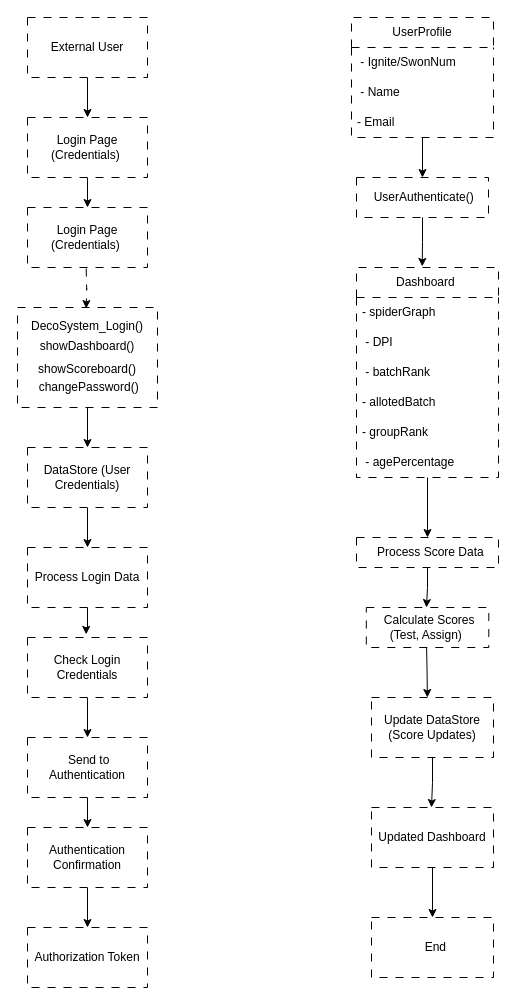
This is DFD_decosystem.drawio from vishal1428/agileAssignment, a draw.io file, before an edit. Source tidied: cells renumbered, new cells numbered last; positions are measured from the earlier drawing's top-left corner, leaving out a move shared by most shapes. Both pictures are drawn from the tidied source at 100%, with x=0, y=0 at pixel (17, 17).
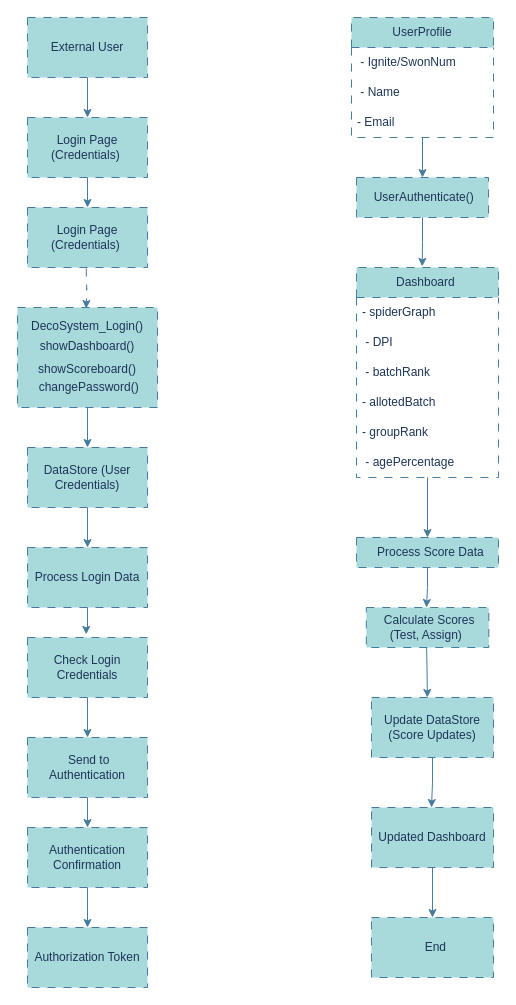
The same diagram, later.

What changed in the source:
```diff
@@
-    <mxCell id="2" style="edgeStyle=orthogonalEdgeStyle;rounded=0;jettySize=auto;html=1;entryX=0.5;entryY=0;entryDx=0;entryDy=0;" parent="1" edge="1" source="3" target="5">
+    <mxCell id="2" style="edgeStyle=orthogonalEdgeStyle;rounded=0;jettySize=auto;html=1;entryX=0.5;entryY=0;entryDx=0;entryDy=0;labelBackgroundColor=none;strokeColor=#457B9D;fontColor=default;" parent="1" edge="1" source="3" target="5">
       <mxGeometry relative="1" as="geometry" />
     </mxCell>
-    <mxCell id="3" value="External User" style="rounded=0;whiteSpace=wrap;html=1;dashed=1;dashPattern=8 8;" parent="1" vertex="1">
+    <mxCell id="3" value="External User" style="rounded=0;whiteSpace=wrap;html=1;dashed=1;dashPattern=8 8;labelBackgroundColor=none;fillColor=#A8DADC;strokeColor=#457B9D;fontColor=#1D3557;" parent="1" vertex="1">
       <mxGeometry x="10" width="120" height="60" as="geometry" />
     </mxCell>
-    <mxCell id="4" style="edgeStyle=orthogonalEdgeStyle;rounded=0;jettySize=auto;html=1;entryX=0.5;entryY=0;entryDx=0;entryDy=0;" parent="1" edge="1" source="5" target="6">
+    <mxCell id="4" style="edgeStyle=orthogonalEdgeStyle;rounded=0;jettySize=auto;html=1;entryX=0.5;entryY=0;entryDx=0;entryDy=0;labelBackgroundColor=none;strokeColor=#457B9D;fontColor=default;" parent="1" edge="1" source="5" target="6">
       <mxGeometry relative="1" as="geometry" />
     </mxCell>
-    <mxCell id="5" value="Login Page (Credentials)&amp;nbsp; " style="rounded=0;whiteSpace=wrap;html=1;dashed=1;dashPattern=8 8;" parent="1" vertex="1">
+    <mxCell id="5" value="Login Page (Credentials)&amp;nbsp; " style="rounded=0;whiteSpace=wrap;html=1;dashed=1;dashPattern=8 8;labelBackgroundColor=none;fillColor=#A8DADC;strokeColor=#457B9D;fontColor=#1D3557;" parent="1" vertex="1">
       <mxGeometry x="10" y="100" width="120" height="60" as="geometry" />
     </mxCell>
-    <mxCell id="6" value="Login Page (Credentials)&amp;nbsp; " style="rounded=0;whiteSpace=wrap;html=1;dashed=1;dashPattern=8 8;" parent="1" vertex="1">
+    <mxCell id="6" value="Login Page (Credentials)&amp;nbsp; " style="rounded=0;whiteSpace=wrap;html=1;dashed=1;dashPattern=8 8;labelBackgroundColor=none;fillColor=#A8DADC;strokeColor=#457B9D;fontColor=#1D3557;" parent="1" vertex="1">
       <mxGeometry x="10" y="190" width="120" height="60" as="geometry" />
     </mxCell>
-    <mxCell id="7" style="edgeStyle=orthogonalEdgeStyle;rounded=0;jettySize=auto;html=1;entryX=0.5;entryY=0;entryDx=0;entryDy=0;" parent="1" edge="1" source="8" target="10">
+    <mxCell id="7" style="edgeStyle=orthogonalEdgeStyle;rounded=0;jettySize=auto;html=1;entryX=0.5;entryY=0;entryDx=0;entryDy=0;labelBackgroundColor=none;strokeColor=#457B9D;fontColor=default;" parent="1" edge="1" source="8" target="10">
       <mxGeometry relative="1" as="geometry" />
     </mxCell>
-    <mxCell id="8" value="&lt;div&gt;DecoSystem_Login()&lt;/div&gt;&lt;div style=&quot;line-height: 210%;&quot;&gt;showDashboard()&lt;br&gt;&lt;/div&gt;&lt;div style=&quot;line-height: 180%;&quot;&gt;showScoreboard()&lt;/div&gt;&lt;div style=&quot;line-height: 130%;&quot;&gt;&amp;nbsp;changePassword()&lt;br&gt;&lt;/div&gt;" style="rounded=0;whiteSpace=wrap;html=1;dashed=1;dashPattern=8 8;" parent="1" vertex="1">
+    <mxCell id="8" value="&lt;div&gt;DecoSystem_Login()&lt;/div&gt;&lt;div style=&quot;line-height: 210%;&quot;&gt;showDashboard()&lt;br&gt;&lt;/div&gt;&lt;div style=&quot;line-height: 180%;&quot;&gt;showScoreboard()&lt;/div&gt;&lt;div style=&quot;line-height: 130%;&quot;&gt;&amp;nbsp;changePassword()&lt;br&gt;&lt;/div&gt;" style="rounded=0;whiteSpace=wrap;html=1;dashed=1;dashPattern=8 8;labelBackgroundColor=none;fillColor=#A8DADC;strokeColor=#457B9D;fontColor=#1D3557;" parent="1" vertex="1">
       <mxGeometry y="290" width="140" height="100" as="geometry" />
     </mxCell>
-    <mxCell id="9" style="edgeStyle=orthogonalEdgeStyle;rounded=0;jettySize=auto;html=1;entryX=0.5;entryY=0;entryDx=0;entryDy=0;" parent="1" edge="1" source="10" target="11">
+    <mxCell id="9" style="edgeStyle=orthogonalEdgeStyle;rounded=0;jettySize=auto;html=1;entryX=0.5;entryY=0;entryDx=0;entryDy=0;labelBackgroundColor=none;strokeColor=#457B9D;fontColor=default;" parent="1" edge="1" source="10" target="11">
       <mxGeometry relative="1" as="geometry" />
     </mxCell>
-    <mxCell id="10" value="DataStore (User Credentials)" style="rounded=0;whiteSpace=wrap;html=1;dashed=1;dashPattern=8 8;" parent="1" vertex="1">
+    <mxCell id="10" value="DataStore (User Credentials)" style="rounded=0;whiteSpace=wrap;html=1;dashed=1;dashPattern=8 8;labelBackgroundColor=none;fillColor=#A8DADC;strokeColor=#457B9D;fontColor=#1D3557;" parent="1" vertex="1">
       <mxGeometry x="10" y="430" width="120" height="60" as="geometry" />
     </mxCell>
-    <mxCell id="11" value="Process Login Data" style="rounded=0;whiteSpace=wrap;html=1;dashed=1;dashPattern=8 8;" parent="1" vertex="1">
+    <mxCell id="11" value="Process Login Data" style="rounded=0;whiteSpace=wrap;html=1;dashed=1;dashPattern=8 8;labelBackgroundColor=none;fillColor=#A8DADC;strokeColor=#457B9D;fontColor=#1D3557;" parent="1" vertex="1">
       <mxGeometry x="10" y="530" width="120" height="60" as="geometry" />
     </mxCell>
-    <mxCell id="12" style="edgeStyle=orthogonalEdgeStyle;rounded=0;jettySize=auto;html=1;entryX=0.5;entryY=0;entryDx=0;entryDy=0;" parent="1" edge="1" source="13" target="15">
+    <mxCell id="12" style="edgeStyle=orthogonalEdgeStyle;rounded=0;jettySize=auto;html=1;entryX=0.5;entryY=0;entryDx=0;entryDy=0;labelBackgroundColor=none;strokeColor=#457B9D;fontColor=default;" parent="1" edge="1" source="13" target="15">
       <mxGeometry relative="1" as="geometry" />
     </mxCell>
-    <mxCell id="13" value="Check Login Credentials " style="rounded=0;whiteSpace=wrap;html=1;dashed=1;dashPattern=8 8;" parent="1" vertex="1">
+    <mxCell id="13" value="Check Login Credentials " style="rounded=0;whiteSpace=wrap;html=1;dashed=1;dashPattern=8 8;labelBackgroundColor=none;fillColor=#A8DADC;strokeColor=#457B9D;fontColor=#1D3557;" parent="1" vertex="1">
       <mxGeometry x="10" y="620" width="120" height="60" as="geometry" />
     </mxCell>
-    <mxCell id="14" style="edgeStyle=orthogonalEdgeStyle;rounded=0;jettySize=auto;html=1;entryX=0.5;entryY=0;entryDx=0;entryDy=0;" parent="1" edge="1" source="15" target="17">
+    <mxCell id="14" style="edgeStyle=orthogonalEdgeStyle;rounded=0;jettySize=auto;html=1;entryX=0.5;entryY=0;entryDx=0;entryDy=0;labelBackgroundColor=none;strokeColor=#457B9D;fontColor=default;" parent="1" edge="1" source="15" target="17">
       <mxGeometry relative="1" as="geometry" />
     </mxCell>
-    <mxCell id="15" value="&amp;nbsp;Send to Authentication " style="rounded=0;whiteSpace=wrap;html=1;dashed=1;dashPattern=8 8;" parent="1" vertex="1">
+    <mxCell id="15" value="&amp;nbsp;Send to Authentication " style="rounded=0;whiteSpace=wrap;html=1;dashed=1;dashPattern=8 8;labelBackgroundColor=none;fillColor=#A8DADC;strokeColor=#457B9D;fontColor=#1D3557;" parent="1" vertex="1">
       <mxGeometry x="10" y="720" width="120" height="60" as="geometry" />
     </mxCell>
-    <mxCell id="16" style="edgeStyle=orthogonalEdgeStyle;rounded=0;jettySize=auto;html=1;entryX=0.5;entryY=0;entryDx=0;entryDy=0;" parent="1" edge="1" source="17" target="18">
+    <mxCell id="16" style="edgeStyle=orthogonalEdgeStyle;rounded=0;jettySize=auto;html=1;entryX=0.5;entryY=0;entryDx=0;entryDy=0;labelBackgroundColor=none;strokeColor=#457B9D;fontColor=default;" parent="1" edge="1" source="17" target="18">
       <mxGeometry relative="1" as="geometry" />
     </mxCell>
-    <mxCell id="17" value="Authentication Confirmation  " style="rounded=0;whiteSpace=wrap;html=1;dashed=1;dashPattern=8 8;" parent="1" vertex="1">
+    <mxCell id="17" value="Authentication Confirmation  " style="rounded=0;whiteSpace=wrap;html=1;dashed=1;dashPattern=8 8;labelBackgroundColor=none;fillColor=#A8DADC;strokeColor=#457B9D;fontColor=#1D3557;" parent="1" vertex="1">
       <mxGeometry x="10" y="810" width="120" height="60" as="geometry" />
     </mxCell>
-    <mxCell id="18" value="Authorization Token" style="rounded=0;whiteSpace=wrap;html=1;dashed=1;dashPattern=8 8;" parent="1" vertex="1">
+    <mxCell id="18" value="Authorization Token" style="rounded=0;whiteSpace=wrap;html=1;dashed=1;dashPattern=8 8;labelBackgroundColor=none;fillColor=#A8DADC;strokeColor=#457B9D;fontColor=#1D3557;" parent="1" vertex="1">
       <mxGeometry x="10" y="910" width="120" height="60" as="geometry" />
     </mxCell>
-    <mxCell id="19" style="edgeStyle=orthogonalEdgeStyle;rounded=0;jettySize=auto;html=1;entryX=0.5;entryY=0;entryDx=0;entryDy=0;" parent="1" edge="1" source="20" target="24">
+    <mxCell id="19" style="edgeStyle=orthogonalEdgeStyle;rounded=0;jettySize=auto;html=1;entryX=0.5;entryY=0;entryDx=0;entryDy=0;labelBackgroundColor=none;strokeColor=#457B9D;fontColor=default;" parent="1" edge="1" source="20" target="24">
       <mxGeometry relative="1" as="geometry" />
     </mxCell>
-    <mxCell id="20" value="UserProfile " style="swimlane;fontStyle=0;horizontal=1;startSize=30;whiteSpace=wrap;html=1;dashed=1;dashPattern=8 8;" parent="1" vertex="1">
+    <mxCell id="20" value="UserProfile " style="swimlane;fontStyle=0;horizontal=1;startSize=30;whiteSpace=wrap;html=1;dashed=1;dashPattern=8 8;labelBackgroundColor=none;fillColor=#A8DADC;strokeColor=#457B9D;fontColor=#1D3557;" parent="1" vertex="1">
       <mxGeometry x="334" width="142" height="120" as="geometry" />
     </mxCell>
-    <mxCell id="21" value="&amp;nbsp;- Ignite/SwonNum " style="text;strokeColor=none;fillColor=none;align=left;verticalAlign=middle;spacingLeft=4;spacingRight=4;overflow=hidden;whiteSpace=wrap;html=1;" parent="20" vertex="1">
+    <mxCell id="21" value="&amp;nbsp;- Ignite/SwonNum " style="text;strokeColor=none;fillColor=none;align=left;verticalAlign=middle;spacingLeft=4;spacingRight=4;overflow=hidden;whiteSpace=wrap;html=1;labelBackgroundColor=none;fontColor=#1D3557;" parent="20" vertex="1">
       <mxGeometry y="30" width="142" height="30" as="geometry" />
     </mxCell>
-    <mxCell id="22" value="&amp;nbsp;- Name&amp;nbsp; " style="text;strokeColor=none;fillColor=none;align=left;verticalAlign=middle;spacingLeft=4;spacingRight=4;overflow=hidden;whiteSpace=wrap;html=1;" parent="20" vertex="1">
+    <mxCell id="22" value="&amp;nbsp;- Name&amp;nbsp; " style="text;strokeColor=none;fillColor=none;align=left;verticalAlign=middle;spacingLeft=4;spacingRight=4;overflow=hidden;whiteSpace=wrap;html=1;labelBackgroundColor=none;fontColor=#1D3557;" parent="20" vertex="1">
       <mxGeometry y="60" width="142" height="30" as="geometry" />
     </mxCell>
-    <mxCell id="23" value="- Email&amp;nbsp; " style="text;strokeColor=none;fillColor=none;align=left;verticalAlign=middle;spacingLeft=4;spacingRight=4;overflow=hidden;whiteSpace=wrap;html=1;" parent="20" vertex="1">
+    <mxCell id="23" value="- Email&amp;nbsp; " style="text;strokeColor=none;fillColor=none;align=left;verticalAlign=middle;spacingLeft=4;spacingRight=4;overflow=hidden;whiteSpace=wrap;html=1;labelBackgroundColor=none;fontColor=#1D3557;" parent="20" vertex="1">
       <mxGeometry y="90" width="142" height="30" as="geometry" />
     </mxCell>
-    <mxCell id="24" value="&amp;nbsp;UserAuthenticate()" style="rounded=0;whiteSpace=wrap;html=1;dashed=1;dashPattern=8 8;" parent="1" vertex="1">
+    <mxCell id="24" value="&amp;nbsp;UserAuthenticate()" style="rounded=0;whiteSpace=wrap;html=1;dashed=1;dashPattern=8 8;labelBackgroundColor=none;fillColor=#A8DADC;strokeColor=#457B9D;fontColor=#1D3557;" parent="1" vertex="1">
       <mxGeometry x="339" y="160" width="132" height="40" as="geometry" />
     </mxCell>
-    <mxCell id="25" style="edgeStyle=orthogonalEdgeStyle;rounded=0;jettySize=auto;html=1;entryX=0.5;entryY=0;entryDx=0;entryDy=0;" parent="1" edge="1" source="26" target="34">
+    <mxCell id="25" style="edgeStyle=orthogonalEdgeStyle;rounded=0;jettySize=auto;html=1;entryX=0.5;entryY=0;entryDx=0;entryDy=0;labelBackgroundColor=none;strokeColor=#457B9D;fontColor=default;" parent="1" edge="1" source="26" target="34">
       <mxGeometry relative="1" as="geometry" />
     </mxCell>
-    <mxCell id="26" value="Dashboard&amp;nbsp; " style="swimlane;fontStyle=0;horizontal=1;startSize=30;whiteSpace=wrap;html=1;dashed=1;dashPattern=8 8;" parent="1" vertex="1">
+    <mxCell id="26" value="Dashboard&amp;nbsp; " style="swimlane;fontStyle=0;horizontal=1;startSize=30;whiteSpace=wrap;html=1;dashed=1;dashPattern=8 8;labelBackgroundColor=none;fillColor=#A8DADC;strokeColor=#457B9D;fontColor=#1D3557;" parent="1" vertex="1">
       <mxGeometry x="339" y="250" width="142" height="210" as="geometry" />
     </mxCell>
-    <mxCell id="27" value="- spiderGraph" style="text;strokeColor=none;fillColor=none;align=left;verticalAlign=middle;spacingLeft=4;spacingRight=4;overflow=hidden;whiteSpace=wrap;html=1;" parent="26" vertex="1">
+    <mxCell id="27" value="- spiderGraph" style="text;strokeColor=none;fillColor=none;align=left;verticalAlign=middle;spacingLeft=4;spacingRight=4;overflow=hidden;whiteSpace=wrap;html=1;labelBackgroundColor=none;fontColor=#1D3557;" parent="26" vertex="1">
       <mxGeometry y="30" width="142" height="30" as="geometry" />
     </mxCell>
-    <mxCell id="28" value="&amp;nbsp;- DPI&amp;nbsp;&amp;nbsp;&amp;nbsp; " style="text;strokeColor=none;fillColor=none;align=left;verticalAlign=middle;spacingLeft=4;spacingRight=4;overflow=hidden;whiteSpace=wrap;html=1;" parent="26" vertex="1">
+    <mxCell id="28" value="&amp;nbsp;- DPI&amp;nbsp;&amp;nbsp;&amp;nbsp; " style="text;strokeColor=none;fillColor=none;align=left;verticalAlign=middle;spacingLeft=4;spacingRight=4;overflow=hidden;whiteSpace=wrap;html=1;labelBackgroundColor=none;fontColor=#1D3557;" parent="26" vertex="1">
       <mxGeometry y="60" width="142" height="30" as="geometry" />
     </mxCell>
-    <mxCell id="29" value="&amp;nbsp;- batchRank&amp;nbsp; " style="text;strokeColor=none;fillColor=none;align=left;verticalAlign=middle;spacingLeft=4;spacingRight=4;overflow=hidden;whiteSpace=wrap;html=1;" parent="26" vertex="1">
+    <mxCell id="29" value="&amp;nbsp;- batchRank&amp;nbsp; " style="text;strokeColor=none;fillColor=none;align=left;verticalAlign=middle;spacingLeft=4;spacingRight=4;overflow=hidden;whiteSpace=wrap;html=1;labelBackgroundColor=none;fontColor=#1D3557;" parent="26" vertex="1">
       <mxGeometry y="90" width="142" height="30" as="geometry" />
     </mxCell>
-    <mxCell id="30" value="- allotedBatch " style="text;strokeColor=none;fillColor=none;align=left;verticalAlign=middle;spacingLeft=4;spacingRight=4;overflow=hidden;whiteSpace=wrap;html=1;" parent="26" vertex="1">
+    <mxCell id="30" value="- allotedBatch " style="text;strokeColor=none;fillColor=none;align=left;verticalAlign=middle;spacingLeft=4;spacingRight=4;overflow=hidden;whiteSpace=wrap;html=1;labelBackgroundColor=none;fontColor=#1D3557;" parent="26" vertex="1">
       <mxGeometry y="120" width="142" height="30" as="geometry" />
     </mxCell>
-    <mxCell id="31" value="- groupRank" style="text;strokeColor=none;fillColor=none;align=left;verticalAlign=middle;spacingLeft=4;spacingRight=4;overflow=hidden;whiteSpace=wrap;html=1;" parent="26" vertex="1">
+    <mxCell id="31" value="- groupRank" style="text;strokeColor=none;fillColor=none;align=left;verticalAlign=middle;spacingLeft=4;spacingRight=4;overflow=hidden;whiteSpace=wrap;html=1;labelBackgroundColor=none;fontColor=#1D3557;" parent="26" vertex="1">
       <mxGeometry y="150" width="142" height="30" as="geometry" />
     </mxCell>
-    <mxCell id="32" value="&amp;nbsp;- agePercentage&amp;nbsp; " style="text;strokeColor=none;fillColor=none;align=left;verticalAlign=middle;spacingLeft=4;spacingRight=4;overflow=hidden;whiteSpace=wrap;html=1;" parent="26" vertex="1">
+    <mxCell id="32" value="&amp;nbsp;- agePercentage&amp;nbsp; " style="text;strokeColor=none;fillColor=none;align=left;verticalAlign=middle;spacingLeft=4;spacingRight=4;overflow=hidden;whiteSpace=wrap;html=1;labelBackgroundColor=none;fontColor=#1D3557;" parent="26" vertex="1">
       <mxGeometry y="180" width="142" height="30" as="geometry" />
     </mxCell>
-    <mxCell id="33" style="edgeStyle=orthogonalEdgeStyle;rounded=0;jettySize=auto;html=1;entryX=0.5;entryY=0;entryDx=0;entryDy=0;" parent="1" edge="1" source="34">
+    <mxCell id="33" style="edgeStyle=orthogonalEdgeStyle;rounded=0;jettySize=auto;html=1;entryX=0.5;entryY=0;entryDx=0;entryDy=0;labelBackgroundColor=none;strokeColor=#457B9D;fontColor=default;" parent="1" edge="1" source="34">
       <mxGeometry relative="1" as="geometry">
         <mxPoint x="409" y="590" as="targetPoint" />
       </mxGeometry>
     </mxCell>
-    <mxCell id="34" value="&amp;nbsp; Process Score Data " style="rounded=0;whiteSpace=wrap;html=1;dashed=1;dashPattern=8 8;" parent="1" vertex="1">
+    <mxCell id="34" value="&amp;nbsp; Process Score Data " style="rounded=0;whiteSpace=wrap;html=1;dashed=1;dashPattern=8 8;labelBackgroundColor=none;fillColor=#A8DADC;strokeColor=#457B9D;fontColor=#1D3557;" parent="1" vertex="1">
       <mxGeometry x="339" y="520" width="142" height="30" as="geometry" />
     </mxCell>
-    <mxCell id="35" value="&amp;nbsp;Calculate Scores (Test, Assign)&amp;nbsp; " style="rounded=0;whiteSpace=wrap;html=1;dashed=1;dashPattern=8 8;" parent="1" vertex="1">
+    <mxCell id="35" value="&amp;nbsp;Calculate Scores (Test, Assign)&amp;nbsp; " style="rounded=0;whiteSpace=wrap;html=1;dashed=1;dashPattern=8 8;labelBackgroundColor=none;fillColor=#A8DADC;strokeColor=#457B9D;fontColor=#1D3557;" parent="1" vertex="1">
       <mxGeometry x="348.8" y="590" width="122.5" height="40" as="geometry" />
     </mxCell>
-    <mxCell id="36" style="edgeStyle=orthogonalEdgeStyle;rounded=0;jettySize=auto;html=1;" parent="1" edge="1" source="37">
+    <mxCell id="36" style="edgeStyle=orthogonalEdgeStyle;rounded=0;jettySize=auto;html=1;labelBackgroundColor=none;strokeColor=#457B9D;fontColor=default;" parent="1" edge="1" source="37">
       <mxGeometry relative="1" as="geometry">
         <mxPoint x="414" y="790" as="targetPoint" />
       </mxGeometry>
     </mxCell>
-    <mxCell id="37" value="Update DataStore (Score Updates)" style="rounded=0;whiteSpace=wrap;html=1;dashed=1;dashPattern=8 8;" parent="1" vertex="1">
+    <mxCell id="37" value="Update DataStore (Score Updates)" style="rounded=0;whiteSpace=wrap;html=1;dashed=1;dashPattern=8 8;labelBackgroundColor=none;fillColor=#A8DADC;strokeColor=#457B9D;fontColor=#1D3557;" parent="1" vertex="1">
       <mxGeometry x="354" y="680" width="122" height="60" as="geometry" />
     </mxCell>
-    <mxCell id="38" style="edgeStyle=orthogonalEdgeStyle;rounded=0;jettySize=auto;html=1;entryX=0.5;entryY=0;entryDx=0;entryDy=0;" parent="1" edge="1" source="39" target="40">
+    <mxCell id="38" style="edgeStyle=orthogonalEdgeStyle;rounded=0;jettySize=auto;html=1;entryX=0.5;entryY=0;entryDx=0;entryDy=0;labelBackgroundColor=none;strokeColor=#457B9D;fontColor=default;" parent="1" edge="1" source="39" target="40">
       <mxGeometry relative="1" as="geometry" />
     </mxCell>
-    <mxCell id="39" value="&amp;nbsp;Updated Dashboard&amp;nbsp; " style="rounded=0;whiteSpace=wrap;html=1;dashed=1;dashPattern=8 8;" parent="1" vertex="1">
+    <mxCell id="39" value="&amp;nbsp;Updated Dashboard&amp;nbsp; " style="rounded=0;whiteSpace=wrap;html=1;dashed=1;dashPattern=8 8;labelBackgroundColor=none;fillColor=#A8DADC;strokeColor=#457B9D;fontColor=#1D3557;" parent="1" vertex="1">
       <mxGeometry x="354" y="790" width="122" height="60" as="geometry" />
     </mxCell>
-    <mxCell id="40" value="&amp;nbsp;&amp;nbsp;&amp;nbsp;&amp;nbsp;&amp;nbsp; End&amp;nbsp;&amp;nbsp;&amp;nbsp;&amp;nbsp; " style="rounded=0;whiteSpace=wrap;html=1;dashed=1;dashPattern=8 8;" parent="1" vertex="1">
+    <mxCell id="40" value="&amp;nbsp;&amp;nbsp;&amp;nbsp;&amp;nbsp;&amp;nbsp; End&amp;nbsp;&amp;nbsp;&amp;nbsp;&amp;nbsp; " style="rounded=0;whiteSpace=wrap;html=1;dashed=1;dashPattern=8 8;labelBackgroundColor=none;fillColor=#A8DADC;strokeColor=#457B9D;fontColor=#1D3557;" parent="1" vertex="1">
       <mxGeometry x="354" y="900" width="122" height="60" as="geometry" />
     </mxCell>
-    <mxCell id="41" style="edgeStyle=orthogonalEdgeStyle;rounded=0;orthogonalLoop=1;jettySize=auto;html=1;entryX=0.5;entryY=0;entryDx=0;entryDy=0;dashed=1;dashPattern=8 8;" parent="1" edge="1">
+    <mxCell id="41" style="edgeStyle=orthogonalEdgeStyle;rounded=0;orthogonalLoop=1;jettySize=auto;html=1;entryX=0.5;entryY=0;entryDx=0;entryDy=0;dashed=1;dashPattern=8 8;labelBackgroundColor=none;strokeColor=#457B9D;fontColor=default;" parent="1" edge="1">
       <mxGeometry relative="1" as="geometry">
         <mxPoint x="68.7" y="251" as="sourcePoint" />
         <mxPoint x="68.7" y="291" as="targetPoint" />
       </mxGeometry>
     </mxCell>
-    <mxCell id="42" style="edgeStyle=orthogonalEdgeStyle;rounded=0;jettySize=auto;html=1;entryX=0.489;entryY=-0.052;entryDx=0;entryDy=0;entryPerimeter=0;" parent="1" edge="1" source="11" target="13">
+    <mxCell id="42" style="edgeStyle=orthogonalEdgeStyle;rounded=0;jettySize=auto;html=1;entryX=0.489;entryY=-0.052;entryDx=0;entryDy=0;entryPerimeter=0;labelBackgroundColor=none;strokeColor=#457B9D;fontColor=default;" parent="1" edge="1" source="11" target="13">
       <mxGeometry relative="1" as="geometry" />
     </mxCell>
-    <mxCell id="43" style="edgeStyle=orthogonalEdgeStyle;rounded=0;jettySize=auto;html=1;entryX=0.463;entryY=-0.005;entryDx=0;entryDy=0;entryPerimeter=0;" parent="1" edge="1" source="24" target="26">
+    <mxCell id="43" style="edgeStyle=orthogonalEdgeStyle;rounded=0;jettySize=auto;html=1;entryX=0.463;entryY=-0.005;entryDx=0;entryDy=0;entryPerimeter=0;labelBackgroundColor=none;strokeColor=#457B9D;fontColor=default;" parent="1" edge="1" source="24" target="26">
       <mxGeometry relative="1" as="geometry" />
     </mxCell>
-    <mxCell id="44" style="edgeStyle=orthogonalEdgeStyle;rounded=0;jettySize=auto;html=1;entryX=0.458;entryY=0;entryDx=0;entryDy=0;entryPerimeter=0;" parent="1" edge="1" target="37">
+    <mxCell id="44" style="edgeStyle=orthogonalEdgeStyle;rounded=0;jettySize=auto;html=1;entryX=0.458;entryY=0;entryDx=0;entryDy=0;entryPerimeter=0;labelBackgroundColor=none;strokeColor=#457B9D;fontColor=default;" parent="1" edge="1" target="37">
       <mxGeometry relative="1" as="geometry">
         <mxPoint x="409.1" y="630" as="sourcePoint" />
       </mxGeometry>
     </mxCell>
```
